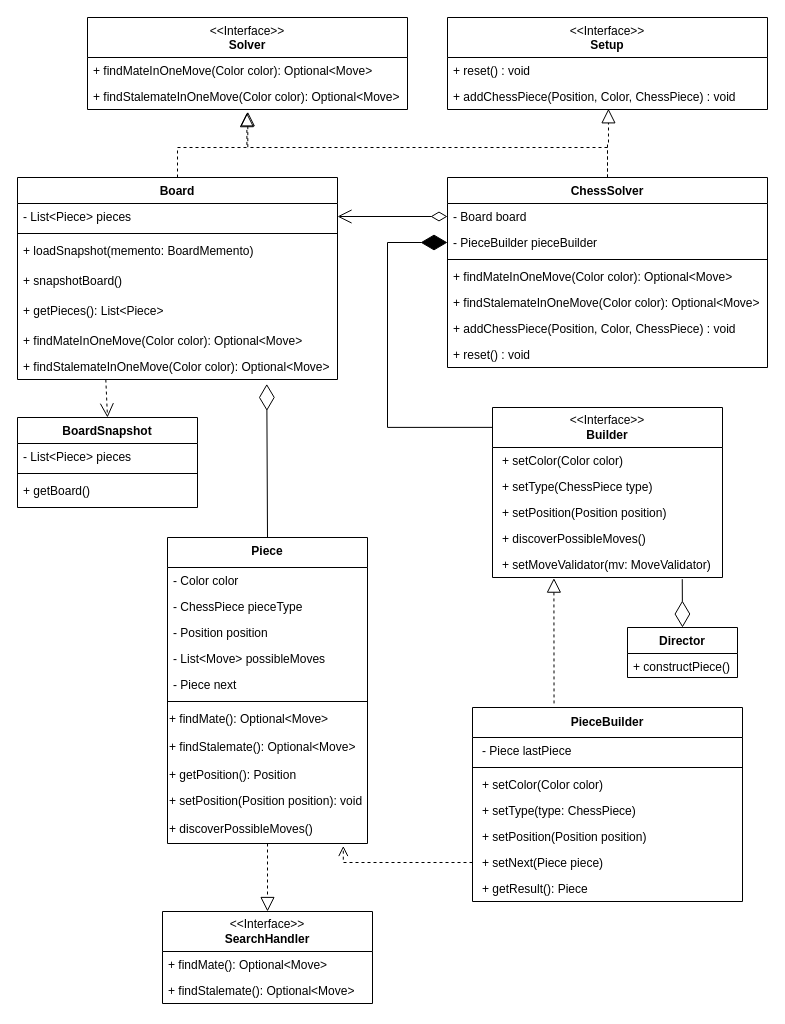
Above: page "ChessSolver" (1 of 7) of docs/chess.drawio in krzkro4122/uj_chess-solver (draw.io), before the change. Source tidied: cells renumbered, new cells numbered last; positions are measured from the earlier drawing's top-left corner, leaving out a move shared by most shapes. Both pictures are drawn from the tidied source at 100%, with x=0, y=0 at pixel (17, 17).
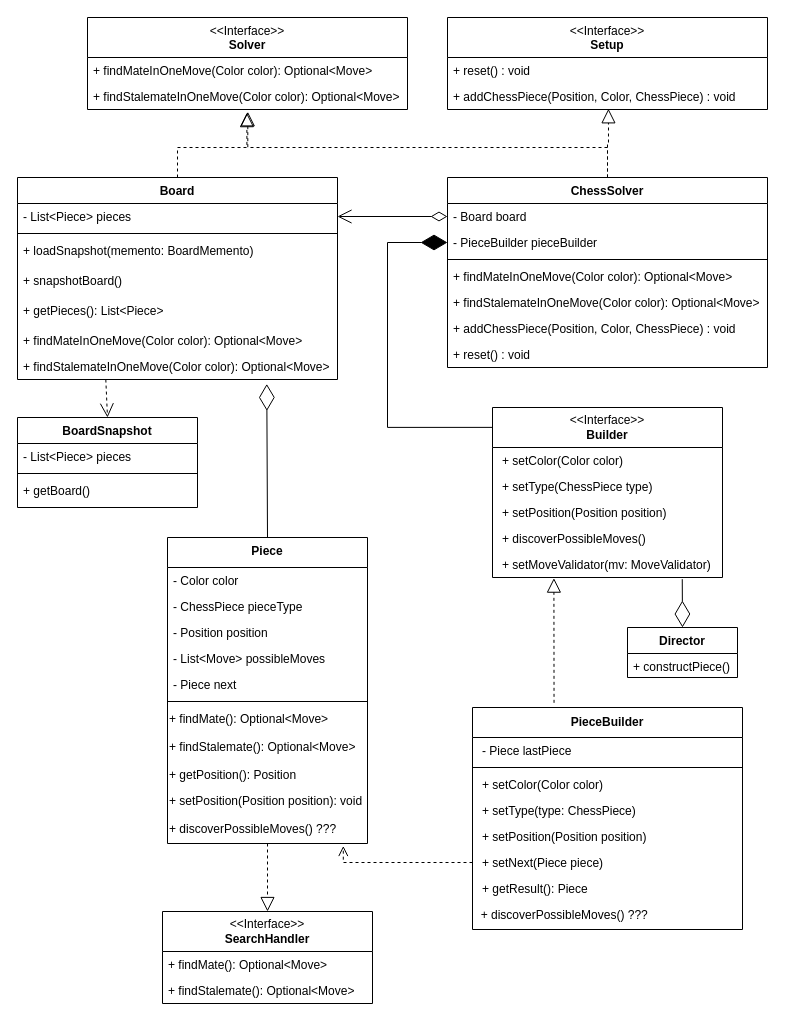
Above is the later version.

Unchanged cells that the change refers to:
```xml
<mxCell id="32" value="Piece" style="swimlane;fontStyle=1;align=center;verticalAlign=top;horizontal=1;startSize=30;whiteSpace=wrap;html=1;" parent="1" vertex="1">
  <mxGeometry x="150" y="520" width="200" height="306" as="geometry" />
</mxCell>
```

What changed in the source:
```diff
@@
     <mxCell id="11" value="&lt;b&gt;PieceBuilder&lt;/b&gt;" style="swimlane;fontStyle=0;horizontal=1;startSize=30;fillColor=none;whiteSpace=wrap;html=1;" parent="1" vertex="1">
-      <mxGeometry x="455" y="690" width="270" height="194" as="geometry" />
+      <mxGeometry x="455" y="690" width="270" height="222" as="geometry" />
     </mxCell>
@@
+    <mxCell id="70" value="&amp;nbsp; + discoverPossibleMoves() ???" style="text;whiteSpace=wrap;html=1;" parent="11" vertex="1">
+      <mxGeometry y="194" width="270" height="28" as="geometry" />
+    </mxCell>
@@
-    <mxCell id="43" value="+ discoverPossibleMoves()" style="text;whiteSpace=wrap;html=1;" parent="32" vertex="1">
+    <mxCell id="43" value="+ discoverPossibleMoves() ???&lt;br&gt;" style="text;whiteSpace=wrap;html=1;" parent="32" vertex="1">
       <mxGeometry y="278" width="200" height="28" as="geometry" />
     </mxCell>
```
